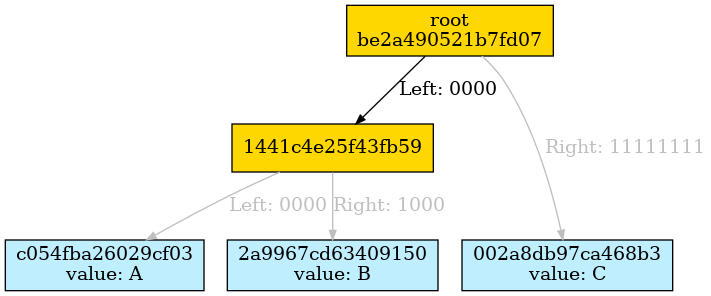
The Graphviz diagram docs/merkle_tree/proofs/noninclusion_proof.dot.png in juicebox-systems/juicebox-hsm-realm, before a commit. Its source is kept beside it as docs/merkle_tree/proofs/noninclusion_proof.dot.
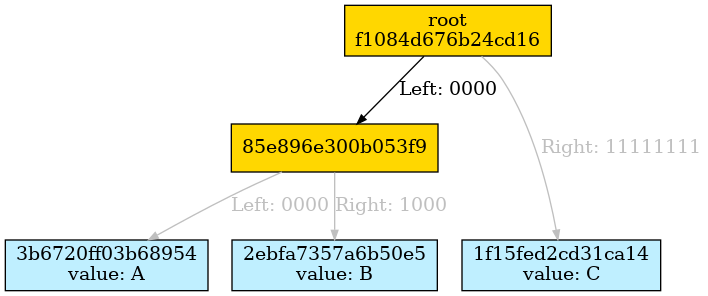
The same diagram one commit later.

What changed in the source:
```diff
@@ -1,30 +1,30 @@
 Digraph merkletree {
 
-hbe2a490521b7fd07 -> h1441c4e25f43fb59 [arrowsize=0.7 color=black fontcolor=black label="Left: 0000\l" nojustify=true ];
-h1441c4e25f43fb59 -> hc054fba26029cf03 [arrowsize=0.7 color=gray75 fontcolor=gray75 label="Left: 0000" nojustify=true ];
-h1441c4e25f43fb59 -> h2a9967cd63409150 [arrowsize=0.7 color=gray75 fontcolor=gray75 label="Right: 1000" nojustify=true ];
-hbe2a490521b7fd07 -> h002a8db97ca468b3 [arrowsize=0.7 color=gray75 fontcolor=gray75 label="Right: 11111111" nojustify=true ];
+hf1084d676b24cd16 -> h85e896e300b053f9 [arrowsize=0.7 color=black fontcolor=black label="Left: 0000" nojustify=true ];
+h85e896e300b053f9 -> h3b6720ff03b68954 [arrowsize=0.7 color=gray75 fontcolor=gray75 label="Left: 0000" nojustify=true ];
+h85e896e300b053f9 -> h2ebfa7357a6b50e5 [arrowsize=0.7 color=gray75 fontcolor=gray75 label="Right: 1000" nojustify=true ];
+hf1084d676b24cd16 -> h1f15fed2cd31ca14 [arrowsize=0.7 color=gray75 fontcolor=gray75 label="Right: 11111111" nojustify=true ];
 
 Subgraph depth_0 {
 rank=same
 
-hbe2a490521b7fd07 [fillcolor=gold1 label="root\nbe2a490521b7fd07" ordering=out shape=box style=filled ];
+hf1084d676b24cd16 [fillcolor=gold1 label="root\nf1084d676b24cd16" ordering=out shape=box style=filled ];
 }
 
 
 Subgraph depth_4 {
 rank=same
 
-h1441c4e25f43fb59 [fillcolor=gold1 label="1441c4e25f43fb59" ordering=out shape=box style=filled ];
+h85e896e300b053f9 [fillcolor=gold1 label="85e896e300b053f9" ordering=out shape=box style=filled ];
 }
 
 
 Subgraph depth_256 {
 rank=same
 
-hc054fba26029cf03 [fillcolor=lightblue1 label="c054fba26029cf03\nvalue: A" ordering=out shape=box style=filled ];
-h2a9967cd63409150 [fillcolor=lightblue1 label="2a9967cd63409150\nvalue: B" ordering=out shape=box style=filled ];
-h002a8db97ca468b3 [fillcolor=lightblue1 label="002a8db97ca468b3\nvalue: C" ordering=out shape=box style=filled ];
+h3b6720ff03b68954 [fillcolor=lightblue1 label="3b6720ff03b68954\nvalue: A" ordering=out shape=box style=filled ];
+h2ebfa7357a6b50e5 [fillcolor=lightblue1 label="2ebfa7357a6b50e5\nvalue: B" ordering=out shape=box style=filled ];
+h1f15fed2cd31ca14 [fillcolor=lightblue1 label="1f15fed2cd31ca14\nvalue: C" ordering=out shape=box style=filled ];
 }
 
 }
```
